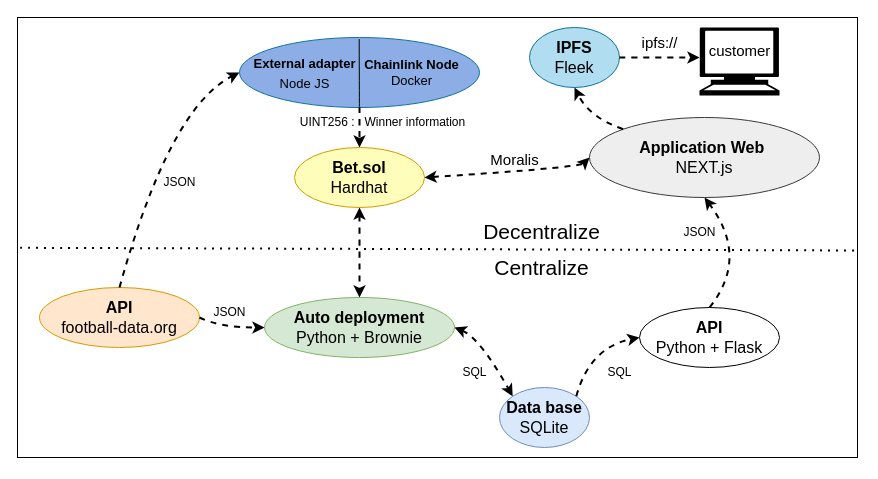
Before: Annexes/footbet_shema.drawio in beirao/main-decentralize-foot-bet, a draw.io diagram. Source tidied: cells renumbered, new cells numbered last; positions are measured from the earlier drawing's top-left corner, leaving out a move shared by most shapes. Both pictures are drawn from the tidied source at 100%, with x=0, y=0 at pixel (17, 17).
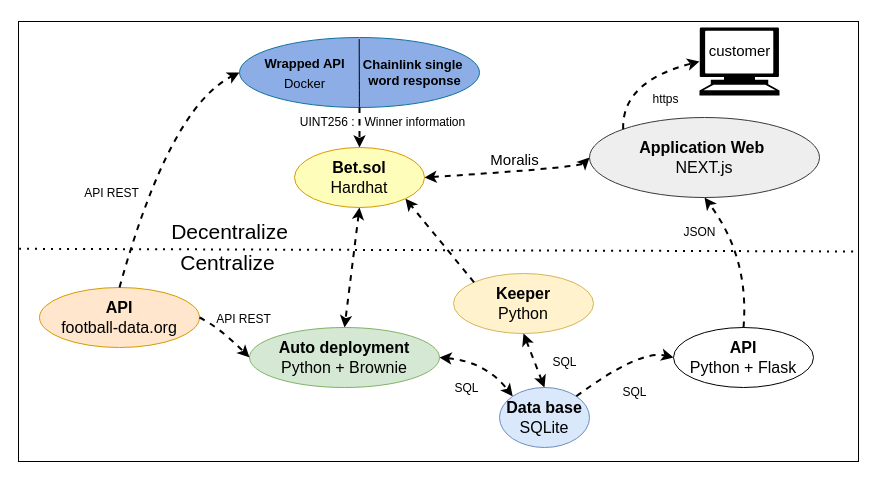
Above is the later version.

The change refers to these unchanged cells:
```xml
<mxCell id="4" value="&lt;font style=&quot;font-size: 16px;&quot;&gt;&lt;b&gt;Application Web&amp;nbsp;&lt;br&gt;&lt;/b&gt;NEXT.js&lt;/font&gt;" style="ellipse;whiteSpace=wrap;html=1;fillColor=#eeeeee;strokeColor=#36393d;rounded=0;" parent="1" vertex="1">
  <mxGeometry x="572" y="100" width="230" height="80" as="geometry" />
</mxCell>
<mxCell id="6" value="&lt;font style=&quot;font-size: 16px;&quot;&gt;&lt;b&gt;Bet.sol&lt;br&gt;&lt;/b&gt;Hardhat&lt;/font&gt;" style="ellipse;whiteSpace=wrap;html=1;fillColor=#FFFDBA;strokeColor=#d79b00;rounded=0;" parent="1" vertex="1">
  <mxGeometry x="277" y="130" width="130" height="60" as="geometry" />
</mxCell>
<mxCell id="12" value="&lt;font style=&quot;font-size: 16px;&quot;&gt;&lt;b&gt;Data base&lt;br&gt;&lt;/b&gt;SQLite&lt;/font&gt;" style="ellipse;whiteSpace=wrap;html=1;fillColor=#dae8fc;strokeColor=#6c8ebf;rounded=0;" parent="1" vertex="1">
  <mxGeometry x="482" y="370" width="90" height="60" as="geometry" />
</mxCell>
<mxCell id="32" style="shape=mxgraph.signs.tech.computer;html=1;fillColor=#000000;strokeColor=none;verticalLabelPosition=bottom;verticalAlign=top;align=center;" parent="1" vertex="1">
  <mxGeometry x="682" y="10" width="80" height="68" as="geometry" />
</mxCell>
```

Change to the diagram source:
```diff
@@
-    <mxCell id="3" value="&lt;font style=&quot;font-size: 16px;&quot;&gt;&lt;b&gt;IPFS&lt;/b&gt;&lt;br&gt;Fleek&lt;/font&gt;" style="ellipse;whiteSpace=wrap;html=1;fillColor=#b1ddf0;strokeColor=#10739e;rounded=0;" parent="1" vertex="1">
-      <mxGeometry x="512" y="10" width="90" height="60" as="geometry" />
-    </mxCell>
@@
-    <mxCell id="8" value="&lt;font style=&quot;font-size: 13px;&quot;&gt;&lt;b&gt;External adapter&lt;br&gt;&lt;/b&gt;Node JS&lt;br&gt;&lt;/font&gt;" style="text;html=1;align=center;verticalAlign=middle;strokeColor=none;fillColor=none;fontSize=16;rounded=0;" parent="1" vertex="1">
-      <mxGeometry x="222" y="30" width="130" height="50" as="geometry" />
+    <mxCell id="8" value="&lt;font style=&quot;font-size: 13px;&quot;&gt;&lt;b&gt;Wrapped API&lt;br&gt;&lt;/b&gt;Docker&lt;br&gt;&lt;/font&gt;" style="text;html=1;align=center;verticalAlign=middle;strokeColor=none;fillColor=none;fontSize=16;rounded=0;" parent="1" vertex="1">
+      <mxGeometry x="235" y="29" width="104" height="52" as="geometry" />
     </mxCell>
-    <mxCell id="9" value="&lt;span style=&quot;&quot;&gt;&lt;b&gt;Chainlink Node&lt;br&gt;&lt;/b&gt;&lt;/span&gt;&lt;span style=&quot;&quot;&gt;Docker&lt;/span&gt;" style="text;html=1;align=center;verticalAlign=middle;strokeColor=none;fillColor=none;fontSize=13;rounded=0;" parent="1" vertex="1">
-      <mxGeometry x="334" y="35" width="120" height="40" as="geometry" />
+    <mxCell id="9" value="&lt;span style=&quot;&quot;&gt;&lt;b&gt;Chainlink single&amp;nbsp;&lt;br&gt;word response&lt;br&gt;&lt;/b&gt;&lt;/span&gt;" style="text;html=1;align=center;verticalAlign=middle;strokeColor=none;fillColor=none;fontSize=13;rounded=0;" parent="1" vertex="1">
+      <mxGeometry x="335" y="33" width="124" height="44" as="geometry" />
     </mxCell>
     <mxCell id="10" value="&lt;span style=&quot;font-size: 16px;&quot;&gt;&lt;b&gt;Auto deployment&lt;br&gt;&lt;/b&gt;Python + Brownie&lt;/span&gt;" style="ellipse;whiteSpace=wrap;html=1;fillColor=#d5e8d4;strokeColor=#82b366;rounded=0;" parent="1" vertex="1">
-      <mxGeometry x="247" y="280" width="190" height="60" as="geometry" />
+      <mxGeometry x="232" y="310" width="190" height="60" as="geometry" />
     </mxCell>
     <mxCell id="11" value="&lt;font style=&quot;font-size: 16px;&quot;&gt;&lt;b&gt;API&lt;/b&gt;&lt;br&gt;Python + Flask&lt;/font&gt;" style="ellipse;whiteSpace=wrap;html=1;rounded=0;" parent="1" vertex="1">
-      <mxGeometry x="622" y="290" width="140" height="60" as="geometry" />
+      <mxGeometry x="656" y="310" width="140" height="60" as="geometry" />
     </mxCell>
@@
     <mxCell id="16" style="endArrow=classic;html=1;rounded=0;fontSize=16;exitX=1;exitY=0.5;exitDx=0;exitDy=0;entryX=0;entryY=0;entryDx=0;entryDy=0;dashed=1;startArrow=classic;startFill=1;strokeWidth=2;curved=1;" parent="1" edge="1" source="10" target="12">
       <mxGeometry relative="1" as="geometry">
         <Array as="points">
-          <mxPoint x="462" y="320" />
+          <mxPoint x="468" y="344" />
         </Array>
       </mxGeometry>
     </mxCell>
     <mxCell id="17" style="endArrow=classic;html=1;rounded=0;fontSize=16;exitX=1;exitY=0;exitDx=0;exitDy=0;entryX=0;entryY=0.5;entryDx=0;entryDy=0;dashed=1;startArrow=none;startFill=0;strokeWidth=2;curved=1;" parent="1" edge="1" source="12" target="11">
       <mxGeometry relative="1" as="geometry">
         <Array as="points">
-          <mxPoint x="572" y="330" />
-          <mxPoint x="622" y="320" />
+          <mxPoint x="622" y="332" />
         </Array>
       </mxGeometry>
     </mxCell>
-    <mxCell id="18" style="endArrow=classic;html=1;rounded=0;fontSize=16;exitX=0;exitY=0;exitDx=0;exitDy=0;entryX=0.5;entryY=1;entryDx=0;entryDy=0;dashed=1;startArrow=none;startFill=0;strokeWidth=2;curved=1;" parent="1" edge="1" source="4" target="3">
+    <mxCell id="18" style="endArrow=classic;html=1;rounded=0;fontSize=16;exitX=0;exitY=0;exitDx=0;exitDy=0;entryX=0;entryY=0.5;entryDx=0;entryDy=0;dashed=1;startArrow=none;startFill=0;strokeWidth=2;curved=1;entryPerimeter=0;" parent="1" edge="1" source="4" target="32">
       <mxGeometry relative="1" as="geometry">
         <Array as="points">
-          <mxPoint x="572" y="100" />
+          <mxPoint x="604" y="64" />
         </Array>
       </mxGeometry>
     </mxCell>
@@
     <mxCell id="22" style="endArrow=none;dashed=1;html=1;dashPattern=1 3;strokeWidth=2;rounded=0;fontSize=12;startSize=14;endSize=14;curved=1;exitX=0.002;exitY=0.534;exitDx=0;exitDy=0;exitPerimeter=0;" parent="1" edge="1">
       <mxGeometry relative="1" as="geometry">
-        <mxPoint x="2.7" y="230.3" as="sourcePoint" />
-        <mxPoint x="842" y="233" as="targetPoint" />
+        <mxPoint x="1.7" y="231.3" as="sourcePoint" />
+        <mxPoint x="841" y="234" as="targetPoint" />
       </mxGeometry>
     </mxCell>
     <mxCell id="23" value="&lt;font style=&quot;font-size: 21px;&quot;&gt;Decentralize&lt;/font&gt;" style="text;html=1;align=center;verticalAlign=middle;strokeColor=none;fillColor=none;fontSize=16;" parent="1" vertex="1">
-      <mxGeometry x="454" y="194" width="140" height="40" as="geometry" />
+      <mxGeometry x="142" y="194" width="140" height="40" as="geometry" />
     </mxCell>
     <mxCell id="24" value="&lt;font style=&quot;font-size: 21px;&quot;&gt;Centralize&lt;/font&gt;" style="text;html=1;align=center;verticalAlign=middle;strokeColor=none;fillColor=none;fontSize=16;" parent="1" vertex="1">
-      <mxGeometry x="464" y="230" width="120" height="40" as="geometry" />
+      <mxGeometry x="150" y="225" width="120" height="40" as="geometry" />
     </mxCell>
     <mxCell id="25" value="SQL" style="text;html=1;align=center;verticalAlign=middle;strokeColor=none;fillColor=none;" parent="1" vertex="1">
-      <mxGeometry x="432" y="340" width="50" height="30" as="geometry" />
+      <mxGeometry x="424" y="356" width="50" height="30" as="geometry" />
     </mxCell>
     <mxCell id="26" value="SQL" style="text;html=1;align=center;verticalAlign=middle;strokeColor=none;fillColor=none;" parent="1" vertex="1">
-      <mxGeometry x="577" y="340" width="50" height="30" as="geometry" />
+      <mxGeometry x="592" y="360" width="50" height="30" as="geometry" />
     </mxCell>
@@
-    <mxCell id="28" value="JSON" style="text;html=1;align=center;verticalAlign=middle;strokeColor=none;fillColor=none;" parent="1" vertex="1">
-      <mxGeometry x="132" y="150" width="60" height="30" as="geometry" />
+    <mxCell id="28" value="API REST" style="text;html=1;align=center;verticalAlign=middle;strokeColor=none;fillColor=none;" parent="1" vertex="1">
+      <mxGeometry x="56" y="162" width="76" height="28" as="geometry" />
     </mxCell>
-    <mxCell id="29" value="JSON" style="text;html=1;align=center;verticalAlign=middle;strokeColor=none;fillColor=none;" parent="1" vertex="1">
-      <mxGeometry x="182" y="280" width="60" height="30" as="geometry" />
+    <mxCell id="29" value="API REST" style="text;html=1;align=center;verticalAlign=middle;strokeColor=none;fillColor=none;" parent="1" vertex="1">
+      <mxGeometry x="188" y="288" width="76" height="28" as="geometry" />
     </mxCell>
@@
-    <mxCell id="31" style="endArrow=classic;html=1;rounded=0;fontSize=16;exitX=1;exitY=0.5;exitDx=0;exitDy=0;dashed=1;startArrow=none;startFill=0;strokeWidth=2;curved=1;" parent="1" edge="1" source="3">
-      <mxGeometry relative="1" as="geometry">
-        <mxPoint x="682" y="40" as="targetPoint" />
-      </mxGeometry>
-    </mxCell>
@@
-    <mxCell id="34" value="ipfs://" style="text;html=1;align=center;verticalAlign=middle;strokeColor=none;fillColor=none;fontSize=15;" parent="1" vertex="1">
-      <mxGeometry x="612" y="10" width="60" height="30" as="geometry" />
-    </mxCell>
@@
     <mxCell id="36" style="rounded=0;whiteSpace=wrap;html=1;fillColor=none;" parent="1" vertex="1">
-      <mxGeometry width="840" height="440" as="geometry" />
+      <mxGeometry x="1" y="4" width="840" height="440" as="geometry" />
     </mxCell>
+    <mxCell id="37" value="&lt;font style=&quot;font-size: 16px;&quot;&gt;&lt;b&gt;Keeper&lt;br&gt;&lt;/b&gt;Python&lt;/font&gt;" style="ellipse;whiteSpace=wrap;html=1;rounded=0;fillColor=#fff2cc;strokeColor=#d6b656;" parent="1" vertex="1">
+      <mxGeometry x="436" y="256" width="140" height="60" as="geometry" />
+    </mxCell>
+    <mxCell id="38" value="https" style="text;html=1;align=center;verticalAlign=middle;strokeColor=none;fillColor=none;" parent="1" vertex="1">
+      <mxGeometry x="624" y="68" width="48" height="28" as="geometry" />
+    </mxCell>
+    <mxCell id="39" style="endArrow=classic;html=1;rounded=0;fontSize=16;exitX=0.5;exitY=1;exitDx=0;exitDy=0;entryX=0.5;entryY=0;entryDx=0;entryDy=0;dashed=1;startArrow=classic;startFill=1;strokeWidth=2;curved=1;" parent="1" edge="1" source="37" target="12">
+      <mxGeometry relative="1" as="geometry" />
+    </mxCell>
+    <mxCell id="40" value="SQL" style="text;html=1;align=center;verticalAlign=middle;strokeColor=none;fillColor=none;" parent="1" vertex="1">
+      <mxGeometry x="522" y="330" width="50" height="30" as="geometry" />
+    </mxCell>
+    <mxCell id="41" style="endArrow=classic;html=1;rounded=0;fontSize=16;exitX=0;exitY=0;exitDx=0;exitDy=0;entryX=1;entryY=1;entryDx=0;entryDy=0;dashed=1;startArrow=none;startFill=0;strokeWidth=2;curved=1;" parent="1" edge="1" source="37" target="6">
+      <mxGeometry relative="1" as="geometry" />
+    </mxCell>
```
